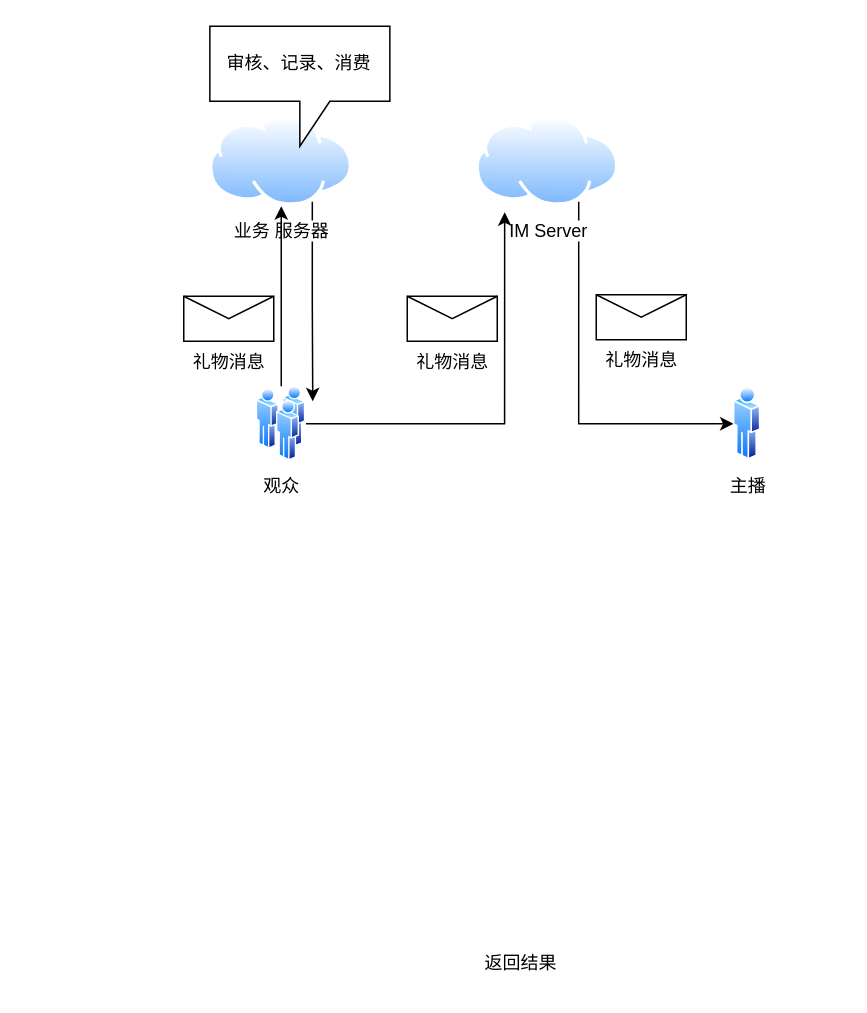
githubliuqi/drawio keeps this draw.io diagram as TUIKit/TUIGift/TUIGift.drawio. Above is the earlier version. Source tidied: cells renumbered, new cells numbered last; positions are measured from the earlier drawing's top-left corner, leaving out a move shared by most shapes. Both pictures are drawn from the tidied source at 150%, with x=0, y=0 at pixel (183, 26).
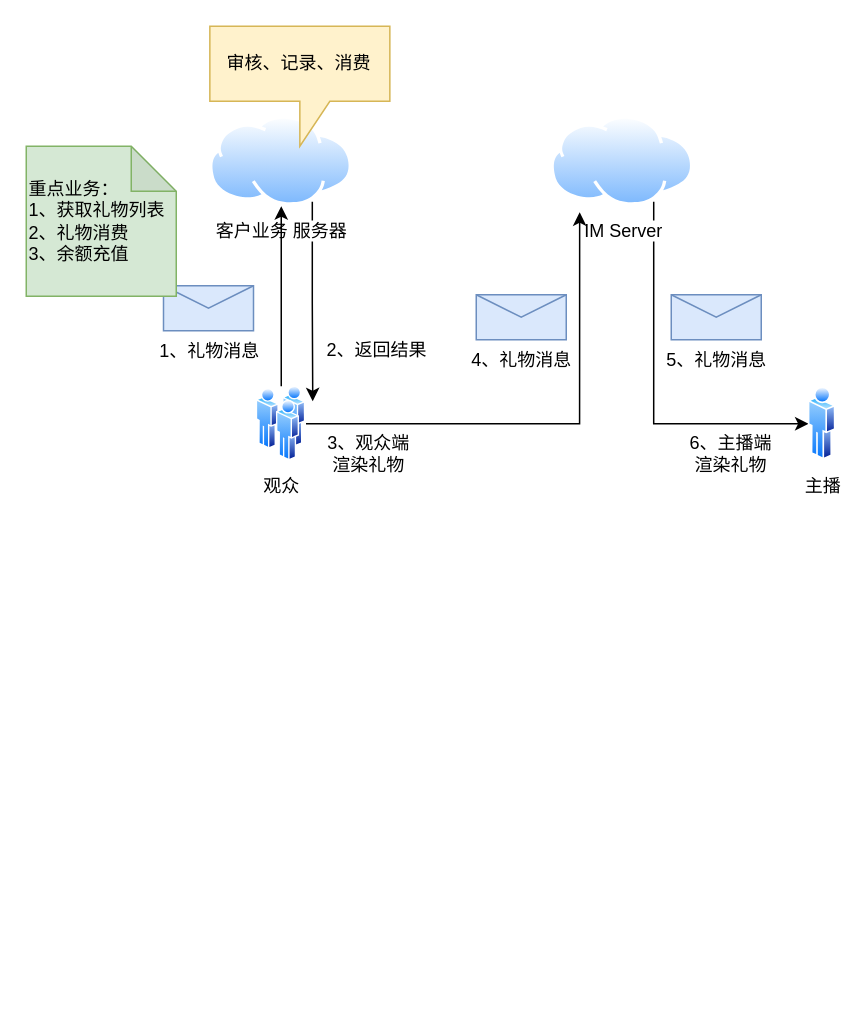
Above is the later version.

The edit, as a diff of the source:
```diff
@@
 <mxGraphModel>
   <root>
     <mxCell id="0" />
     <mxCell id="1" parent="0" />
     <mxCell id="2" style="edgeStyle=orthogonalEdgeStyle;rounded=0;jettySize=auto;html=1;exitX=0.75;exitY=1;exitDx=0;exitDy=0;entryX=0;entryY=0.5;entryDx=0;entryDy=0;" parent="1" edge="1" source="3" target="8">
       <mxGeometry relative="1" as="geometry">
         <Array as="points">
-          <mxPoint x="263" y="265" />
+          <mxPoint x="313" y="265" />
         </Array>
       </mxGeometry>
     </mxCell>
     <mxCell id="3" value="IM Server" style="image;perimeter=ellipsePerimeter;html=1;align=center;shadow=0;dashed=0;spacingTop=3;image=img/lib/active_directory/internet_cloud.svg;" parent="1" vertex="1">
-      <mxGeometry x="195" y="60" width="95.2" height="60" as="geometry" />
+      <mxGeometry x="245" y="60" width="95.2" height="60" as="geometry" />
     </mxCell>
     <mxCell id="4" style="edgeStyle=orthogonalEdgeStyle;rounded=0;jettySize=auto;html=1;exitX=0.75;exitY=1;exitDx=0;exitDy=0;" parent="1" edge="1" source="5">
       <mxGeometry relative="1" as="geometry">
         <mxPoint x="86" y="250" as="targetPoint" />
       </mxGeometry>
     </mxCell>
-    <mxCell id="5" value="业务 服务器" style="image;perimeter=ellipsePerimeter;html=1;align=center;shadow=0;dashed=0;spacingTop=3;image=img/lib/active_directory/internet_cloud.svg;" parent="1" vertex="1">
+    <mxCell id="5" value="客户业务 服务器" style="image;perimeter=ellipsePerimeter;html=1;align=center;shadow=0;dashed=0;spacingTop=3;image=img/lib/active_directory/internet_cloud.svg;" parent="1" vertex="1">
       <mxGeometry x="17.4" y="60" width="95.2" height="60" as="geometry" />
     </mxCell>
     <mxCell id="6" style="edgeStyle=orthogonalEdgeStyle;rounded=0;jettySize=auto;html=1;" parent="1" edge="1" source="7" target="5">
       <mxGeometry relative="1" as="geometry" />
     </mxCell>
     <mxCell id="7" value="观众" style="image;perimeter=ellipsePerimeter;html=1;align=center;shadow=0;dashed=0;spacingTop=3;image=img/lib/active_directory/users.svg;" parent="1" vertex="1">
       <mxGeometry x="48.5" y="240" width="33" height="50" as="geometry" />
     </mxCell>
     <mxCell id="8" value="主播" style="image;perimeter=ellipsePerimeter;html=1;align=center;shadow=0;dashed=0;spacingTop=3;image=img/lib/active_directory/user.svg;" parent="1" vertex="1">
-      <mxGeometry x="366.5" y="240" width="18.5" height="50" as="geometry" />
+      <mxGeometry x="416.5" y="240" width="18.5" height="50" as="geometry" />
     </mxCell>
-    <mxCell id="9" value="审核、记录、消费" style="shape=callout;whiteSpace=wrap;html=1;perimeter=calloutPerimeter;" parent="1" vertex="1">
+    <mxCell id="9" value="审核、记录、消费" style="shape=callout;whiteSpace=wrap;html=1;perimeter=calloutPerimeter;fillColor=#fff2cc;strokeColor=#d6b656;" parent="1" vertex="1">
       <mxGeometry x="17.4" width="120" height="80" as="geometry" />
     </mxCell>
-    <mxCell id="10" value="礼物消息" style="shape=message;html=1;html=1;labelPosition=center;verticalLabelPosition=bottom;align=center;verticalAlign=top;" parent="1" vertex="1">
-      <mxGeometry x="149" y="180" width="60" height="30" as="geometry" />
+    <mxCell id="10" value="4、礼物消息" style="shape=message;html=1;html=1;labelPosition=center;verticalLabelPosition=bottom;align=center;verticalAlign=top;fillColor=#dae8fc;strokeColor=#6c8ebf;" parent="1" vertex="1">
+      <mxGeometry x="195" y="179" width="60" height="30" as="geometry" />
     </mxCell>
-    <mxCell id="11" value="礼物消息" style="shape=message;html=1;html=1;labelPosition=center;verticalLabelPosition=bottom;align=center;verticalAlign=top;" parent="1" vertex="1">
-      <mxGeometry y="180" width="60" height="30" as="geometry" />
+    <mxCell id="11" value="1、礼物消息" style="shape=message;html=1;html=1;labelPosition=center;verticalLabelPosition=bottom;align=center;verticalAlign=top;fillColor=#dae8fc;strokeColor=#6c8ebf;" parent="1" vertex="1">
+      <mxGeometry x="-13.5" y="173" width="60" height="30" as="geometry" />
     </mxCell>
-    <mxCell id="12" value="返回结果" style="text;html=1;align=center;verticalAlign=middle;whiteSpace=wrap;rounded=0;" parent="1" vertex="1">
-      <mxGeometry x="195" y="610" width="60" height="30" as="geometry" />
+    <mxCell id="12" value="2、返回结果" style="text;html=1;align=center;verticalAlign=middle;whiteSpace=wrap;rounded=0;" parent="1" vertex="1">
+      <mxGeometry x="92" y="201" width="73.5" height="30" as="geometry" />
     </mxCell>
-    <mxCell id="13" value="礼物消息" style="shape=message;html=1;html=1;labelPosition=center;verticalLabelPosition=bottom;align=center;verticalAlign=top;" parent="1" vertex="1">
-      <mxGeometry x="275" y="179" width="60" height="30" as="geometry" />
+    <mxCell id="13" value="5、礼物消息" style="shape=message;html=1;html=1;labelPosition=center;verticalLabelPosition=bottom;align=center;verticalAlign=top;fillColor=#dae8fc;strokeColor=#6c8ebf;" parent="1" vertex="1">
+      <mxGeometry x="325" y="179" width="60" height="30" as="geometry" />
     </mxCell>
     <mxCell id="14" style="edgeStyle=orthogonalEdgeStyle;rounded=0;jettySize=auto;html=1;exitX=1;exitY=0.5;exitDx=0;exitDy=0;entryX=0.199;entryY=1.067;entryDx=0;entryDy=0;entryPerimeter=0;" parent="1" edge="1" source="7" target="3">
       <mxGeometry relative="1" as="geometry" />
     </mxCell>
+    <mxCell id="15" value="6、主播端渲染礼物" style="text;html=1;align=center;verticalAlign=middle;whiteSpace=wrap;rounded=0;" parent="1" vertex="1">
+      <mxGeometry x="335" y="270" width="60" height="30" as="geometry" />
+    </mxCell>
+    <mxCell id="16" value="3、观众端渲染礼物" style="text;html=1;align=center;verticalAlign=middle;whiteSpace=wrap;rounded=0;" parent="1" vertex="1">
+      <mxGeometry x="92" y="270" width="63" height="30" as="geometry" />
+    </mxCell>
+    <mxCell id="17" value="&lt;div&gt;重点业务：&lt;/div&gt;1、获取礼物列表&lt;div&gt;2、礼物消费&lt;/div&gt;&lt;div&gt;3、余额充值&lt;/div&gt;" style="shape=note;whiteSpace=wrap;html=1;backgroundOutline=1;darkOpacity=0.05;align=left;fillColor=#d5e8d4;strokeColor=#82b366;" parent="1" vertex="1">
+      <mxGeometry x="-105" y="80" width="100" height="100" as="geometry" />
+    </mxCell>
   </root>
 </mxGraphModel>
```
